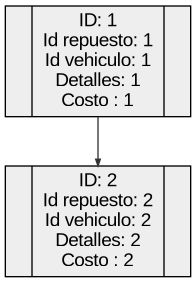
Earlier version of the Graphviz export Fase2/AutoGestPro/Reportes/ReporteServicios.png (0520Jose/-EDD-1S2025_202300539). Its source is kept beside it as Fase2/AutoGestPro/Reportes/ReporteServicios.dot.
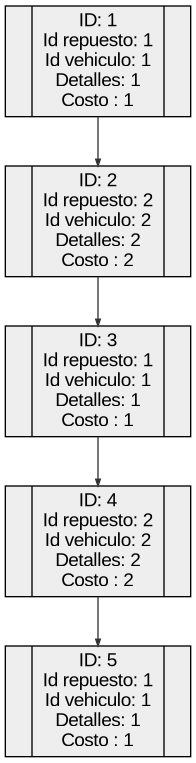
The same diagram one commit later.

The edit, as a diff of the source:
```diff
@@ -24,4 +24,10 @@
 n1 [label="<f0> |<f1> ID: 1\nId repuesto: 1\nId vehiculo: 1\nDetalles: 1\nCosto : 1|<f2>"];
 n1:D -> n2;
 n2 [label="<f0> |<f1> ID: 2\nId repuesto: 2\nId vehiculo: 2\nDetalles: 2\nCosto : 2|<f2>"];
+n2:D -> n3;
+n3 [label="<f0> |<f1> ID: 3\nId repuesto: 1\nId vehiculo: 1\nDetalles: 1\nCosto : 1|<f2>"];
+n3:D -> n4;
+n4 [label="<f0> |<f1> ID: 4\nId repuesto: 2\nId vehiculo: 2\nDetalles: 2\nCosto : 2|<f2>"];
+n4:D -> n5;
+n5 [label="<f0> |<f1> ID: 5\nId repuesto: 1\nId vehiculo: 1\nDetalles: 1\nCosto : 1|<f2>"];
 }
```
